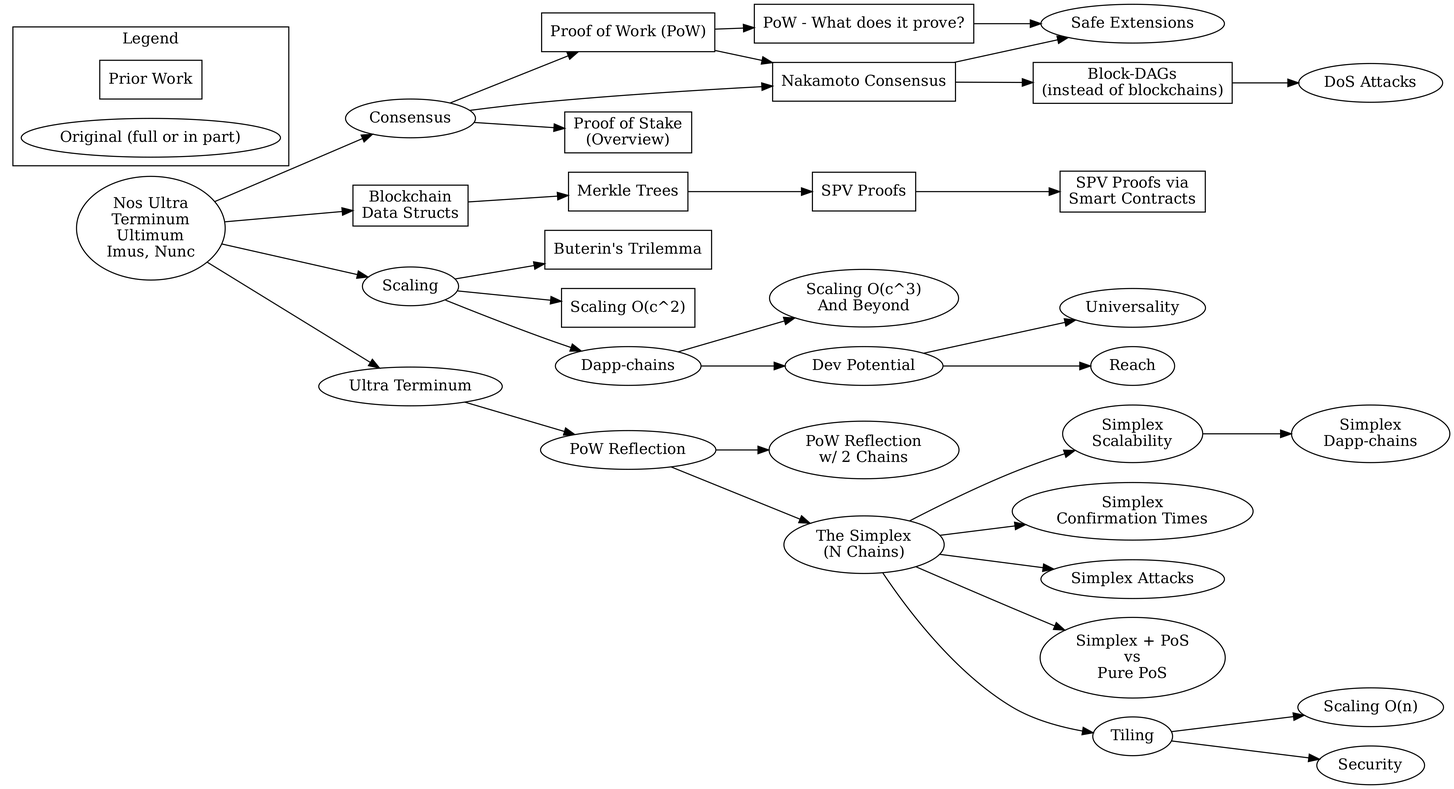
The Graphviz diagram includes/handout/topic-tree.png in AmarooHQ/whitepaper, before a commit. Its source is kept beside it as includes/handout/topic-tree.gv.
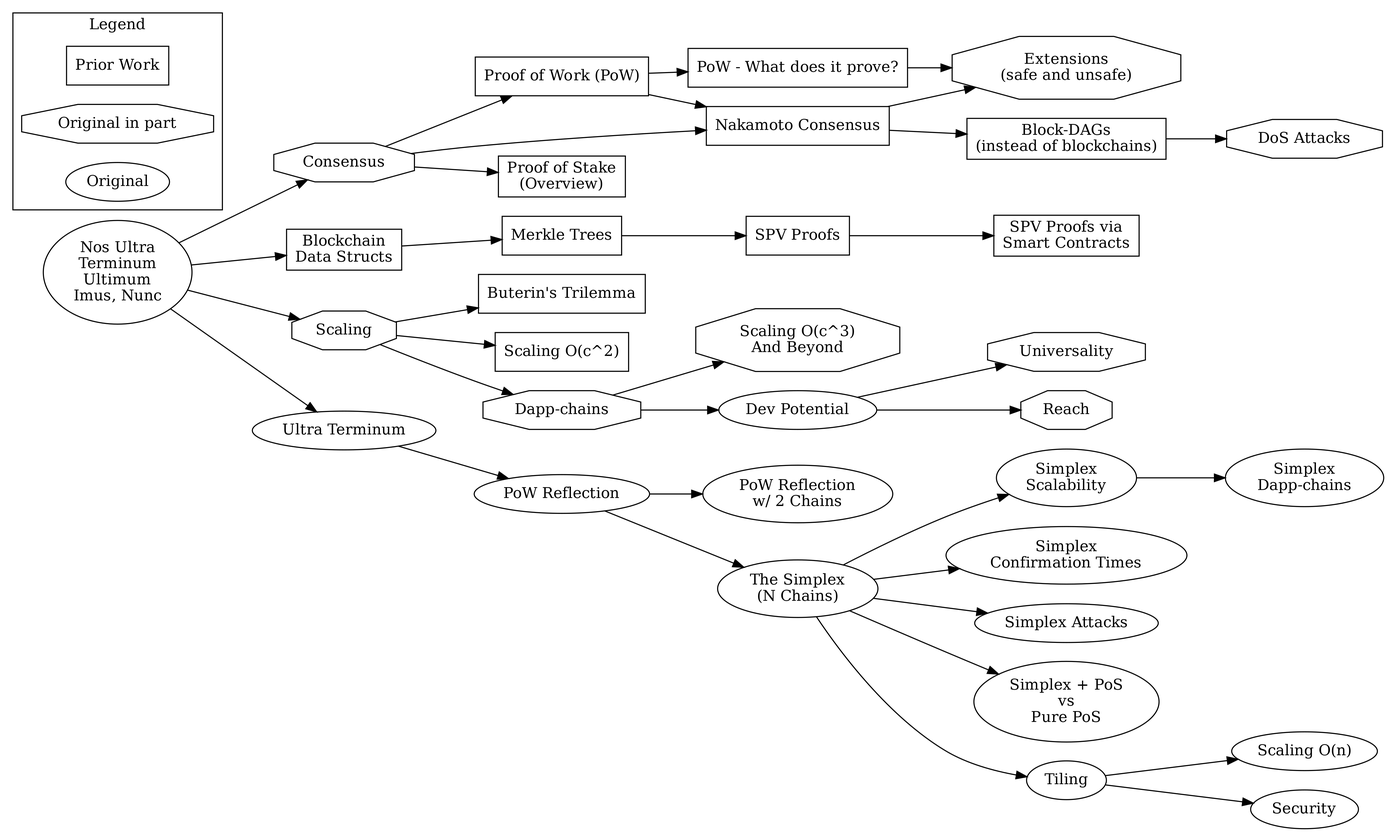
After the change.

Commit message:
updates from weekend, attribution, topic-tree

What changed in the source:
```diff
@@ -22,25 +22,26 @@
     subgraph cluster_Legend {
         label = "Legend";
         prior [label = "Prior Work", shape=rectangle];
-        original [label = "Original (full or in part)"];
+        partOriginal [label = "Original in part", shape=octagon];
+        original [label = "Original"];
     }
 
-    consensus [label = "Consensus", ordering=out];
+    consensus [label = "Consensus", ordering=out, shape=octagon];
     pow [label = "Proof of Work (PoW)", shape=rectangle];
     essenceOfPoWDataInclusion [label = "PoW - What does it prove?", shape=rectangle];
     nakamotoConsensus [label = "Nakamoto Consensus", shape=rectangle];
-    nakConsensusSafeUnsafe [label = "Safe Extensions"];
+    nakConsensusSafeUnsafe [label = "Extensions\n(safe and unsafe)", shape=octagon];
     PoSConsensusGeneral [label = "Proof of Stake\n(Overview)", shape=rectangle];
     blockDag [label = "Block-DAGs\n(instead of blockchains)", shape=rectangle];
-    dosAttacks [label = "DoS Attacks"];
+    dosAttacks [label = "DoS Attacks", shape=octagon];
     dataStructsGeneral [label = "Blockchain\nData Structs", shape=rectangle];
     merkleTrees [label = "Merkle Trees", shape=rectangle];
     spvProofs [label = "SPV Proofs", shape=rectangle];
     spvProofsViaSC [label = "SPV Proofs via\nSmart Contracts", shape=rectangle];
-    scaling [label = "Scaling"];
+    scaling [label = "Scaling", shape=octagon];
     scalingTrilemma [label = "Buterin's Trilemma", shape=rectangle];
     scalingOCSquared [label = "Scaling O(c^2)", shape=rectangle];
-    scalingOCCubed [label = "Scaling O(c^3)\nAnd Beyond"];
+    scalingOCCubed [label = "Scaling O(c^3)\nAnd Beyond", shape=octagon];
     scalingON [label = "Scaling O(n)"];
     UT [label = "Ultra Terminum"];
     powReflection [label = "PoW Reflection"];
@@ -51,10 +52,10 @@
     powRefConfirmationTimes [label = "Simplex\nConfirmation Times"];
     powRefAttacks [label = "Simplex Attacks"];
     simplexPoSVsPurePoS [label = "Simplex + PoS\nvs\nPure PoS"];
-    dappChains [label = "Dapp-chains"];
+    dappChains [label = "Dapp-chains", shape=octagon];
     devPotential [label = "Dev Potential"];
-    devPotentialUniversality [label = "Universality"];
-    devPotentialReach [label = "Reach"];
+    devPotentialUniversality [label = "Universality", shape=octagon];
+    devPotentialReach [label = "Reach", shape=octagon];
     tiling [label = "Tiling"];
     tilingSec [label = "Security"];
 
```
